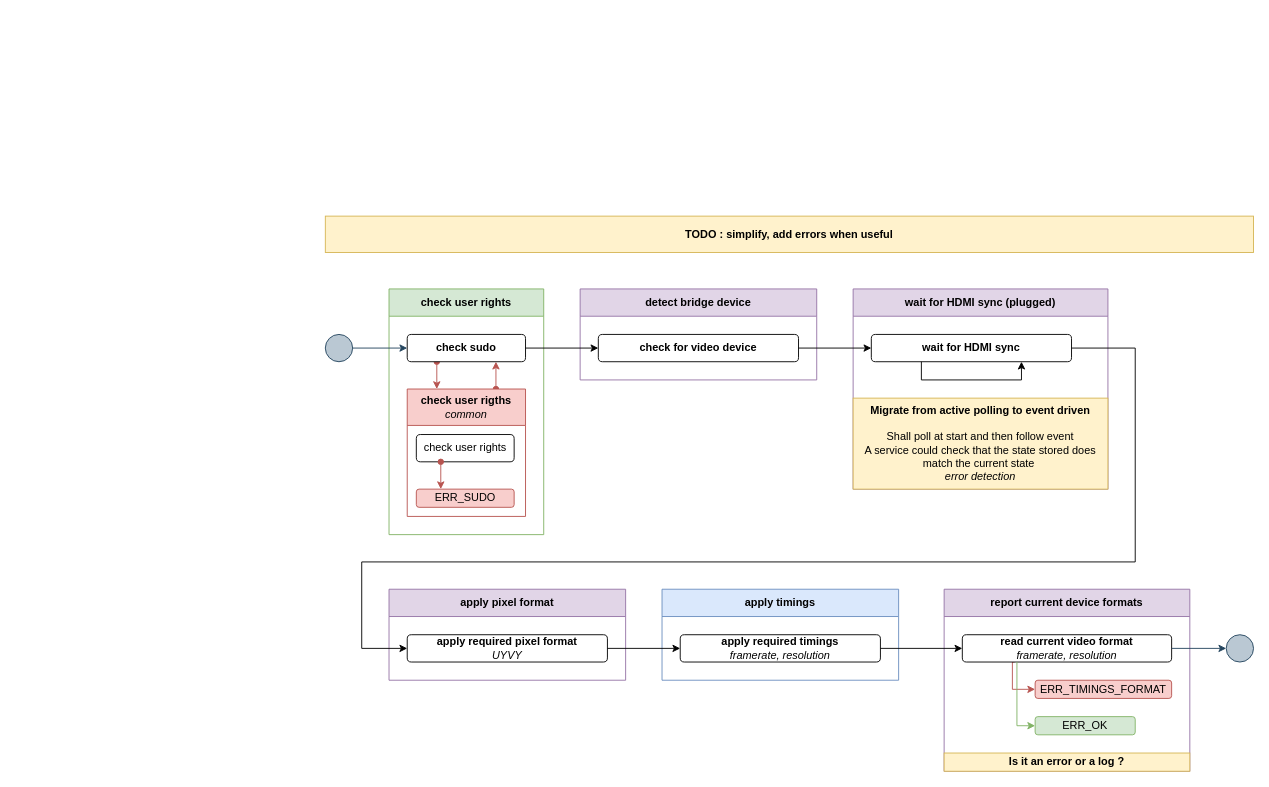
Earlier version of the draw.io diagram page "start.old" (8 of 11) of docs/arch/arch.drawio (repeact/embedded-sw). Source tidied: cells renumbered, new cells numbered last; positions are measured from the earlier drawing's top-left corner, leaving out a move shared by most shapes. Both pictures are drawn from the tidied source at 91%, with x=0, y=0 at pixel (325, 216).
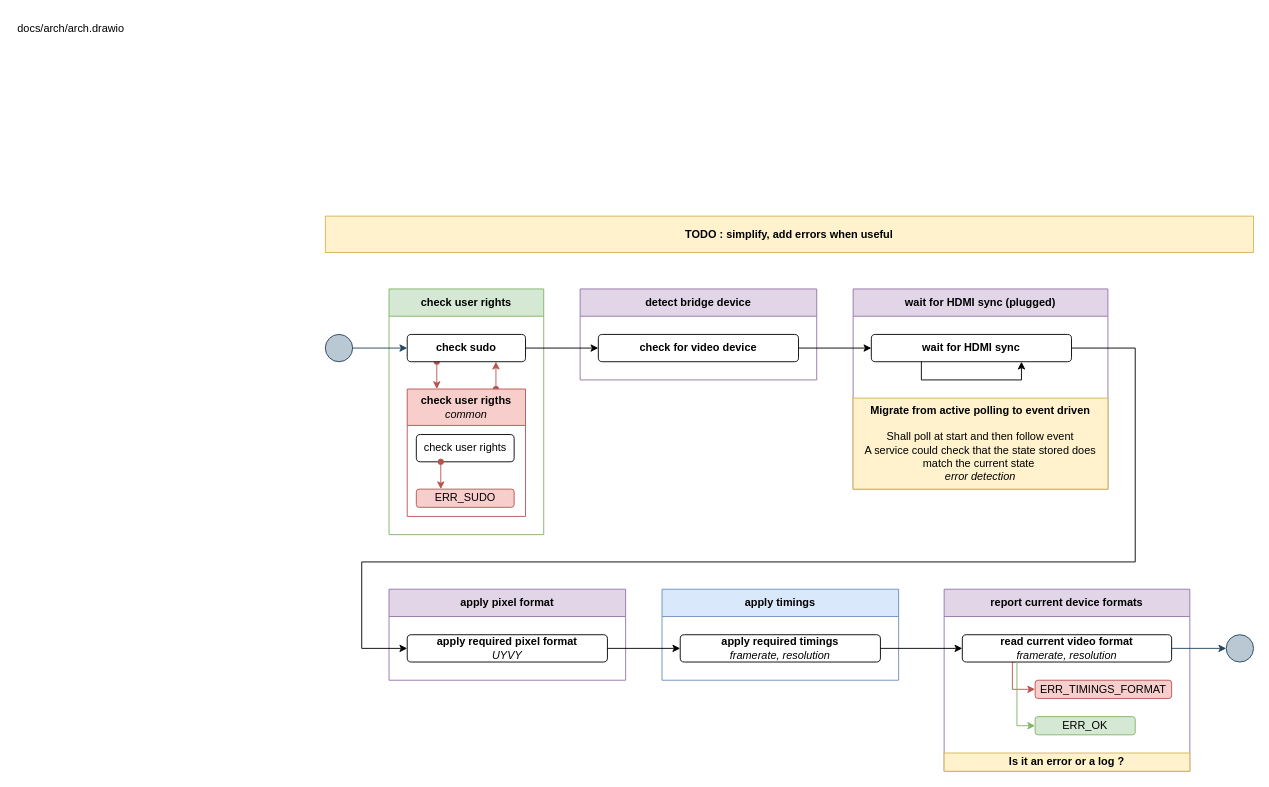
Above is the later version.

Diff of the diagram source:
```diff
@@
+    <mxCell id="37" value="docs/arch/arch.drawio" style="text;whiteSpace=wrap;" parent="1" vertex="1">
+      <mxGeometry x="-340" y="-220" width="150" height="40" as="geometry" />
+    </mxCell>
```
